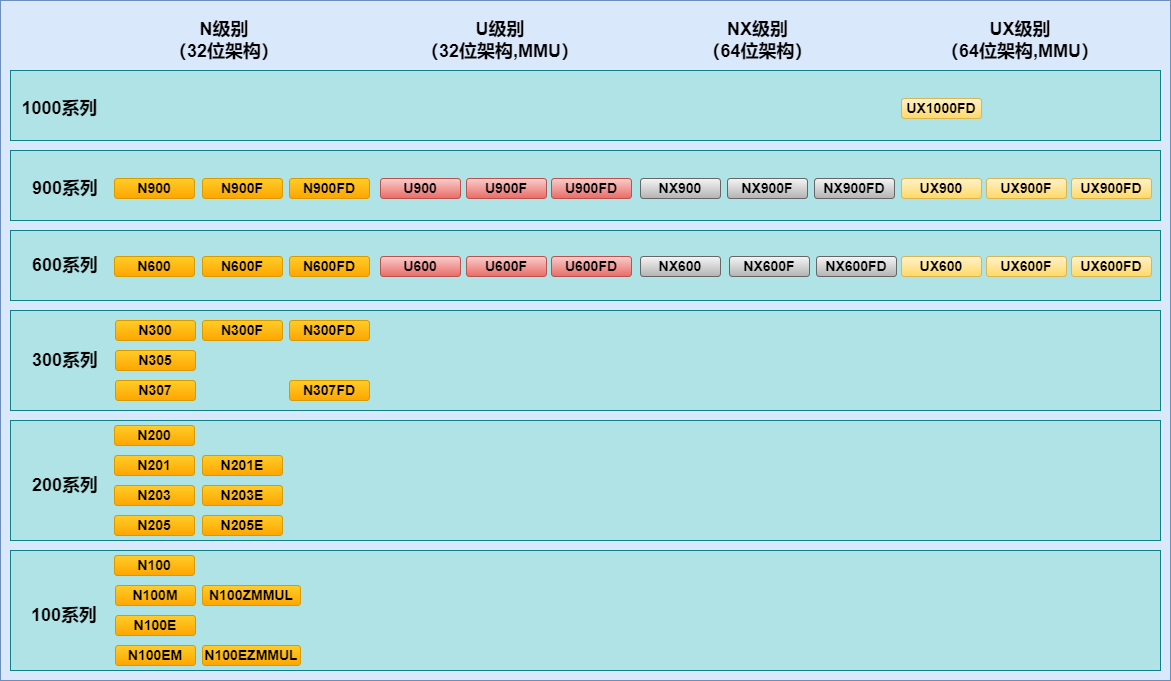
Above: source/asserts/images/qemu_nuclei_cpus_support.png in Nuclei-Software/nuclei-tool-guide (draw.io), before the change. Source tidied: cells renumbered, new cells last; positions are measured from the earlier drawing's top-left corner, leaving out a move shared by most shapes.
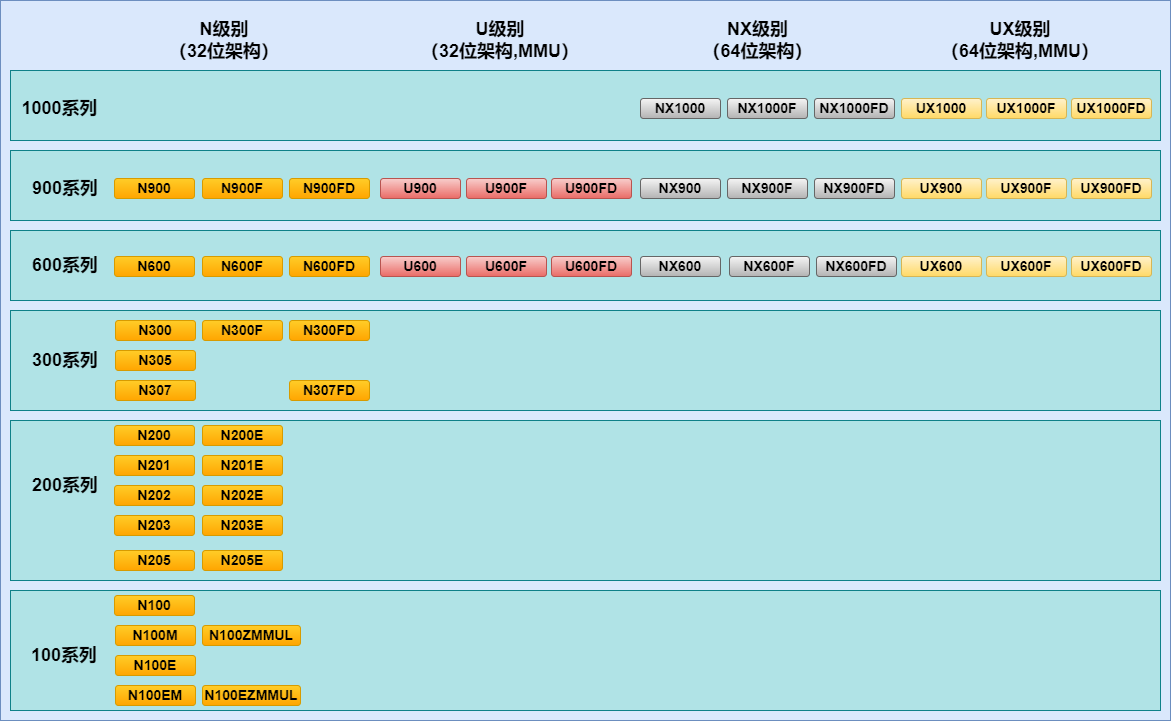
The same file after the commit.

Commit message:
doc: Update qemu intro.rst for nuclei/9.0 release (#15)

* Update qemu intro.rst for nuclei/9.0 release

* Update qemu 9.0 intro.rst

The edit, as a diff of the source:
```diff
@@ -3,7 +3,7 @@
     <mxCell id="0" />
     <mxCell id="1" parent="0" />
     <mxCell id="2" style="rounded=0;whiteSpace=wrap;html=1;fillColor=#dae8fc;strokeColor=#6c8ebf;" parent="1" vertex="1">
-      <mxGeometry width="1170" height="680" as="geometry" />
+      <mxGeometry width="1170" height="720" as="geometry" />
     </mxCell>
     <mxCell id="3" style="rounded=0;whiteSpace=wrap;html=1;fillColor=#b0e3e6;strokeColor=#0e8088;" parent="1" vertex="1">
       <mxGeometry x="10" y="150" width="1150" height="70" as="geometry" />
@@ -15,7 +15,7 @@
       <mxGeometry x="10" y="310" width="1150" height="100" as="geometry" />
     </mxCell>
     <mxCell id="6" style="rounded=0;whiteSpace=wrap;html=1;fillColor=#b0e3e6;strokeColor=#0e8088;" parent="1" vertex="1">
-      <mxGeometry x="10" y="420" width="1150" height="120" as="geometry" />
+      <mxGeometry x="10" y="420" width="1150" height="160" as="geometry" />
     </mxCell>
     <mxCell id="7" value="900系列" style="text;html=1;strokeColor=none;fillColor=none;align=center;verticalAlign=middle;whiteSpace=wrap;rounded=0;fontStyle=1;fontSize=18;" parent="1" vertex="1">
       <mxGeometry x="30" y="178" width="70" height="20" as="geometry" />
@@ -50,16 +50,16 @@
     <mxCell id="17" value="N201E" style="rounded=1;whiteSpace=wrap;html=1;fontSize=14;fontStyle=1;gradientColor=#ffa500;fillColor=#ffcd28;strokeColor=#d79b00;" parent="1" vertex="1">
       <mxGeometry x="202" y="455" width="80" height="20" as="geometry" />
     </mxCell>
-    <mxCell id="18" value="N203" style="rounded=1;whiteSpace=wrap;html=1;fontSize=14;fontStyle=1;gradientColor=#ffa500;fillColor=#ffcd28;strokeColor=#d79b00;" parent="1" vertex="1">
+    <mxCell id="18" value="N202" style="rounded=1;whiteSpace=wrap;html=1;fontSize=14;fontStyle=1;gradientColor=#ffa500;fillColor=#ffcd28;strokeColor=#d79b00;" parent="1" vertex="1">
       <mxGeometry x="114" y="485" width="80" height="20" as="geometry" />
     </mxCell>
-    <mxCell id="19" value="N203E" style="rounded=1;whiteSpace=wrap;html=1;fontSize=14;fontStyle=1;gradientColor=#ffa500;fillColor=#ffcd28;strokeColor=#d79b00;" parent="1" vertex="1">
+    <mxCell id="19" value="N202E" style="rounded=1;whiteSpace=wrap;html=1;fontSize=14;fontStyle=1;gradientColor=#ffa500;fillColor=#ffcd28;strokeColor=#d79b00;" parent="1" vertex="1">
       <mxGeometry x="202" y="485" width="80" height="20" as="geometry" />
     </mxCell>
-    <mxCell id="20" value="N205" style="rounded=1;whiteSpace=wrap;html=1;fontSize=14;fontStyle=1;gradientColor=#ffa500;fillColor=#ffcd28;strokeColor=#d79b00;" parent="1" vertex="1">
+    <mxCell id="20" value="N203" style="rounded=1;whiteSpace=wrap;html=1;fontSize=14;fontStyle=1;gradientColor=#ffa500;fillColor=#ffcd28;strokeColor=#d79b00;" parent="1" vertex="1">
       <mxGeometry x="114" y="515" width="80" height="20" as="geometry" />
     </mxCell>
-    <mxCell id="21" value="N205E" style="rounded=1;whiteSpace=wrap;html=1;fontSize=14;fontStyle=1;gradientColor=#ffa500;fillColor=#ffcd28;strokeColor=#d79b00;" parent="1" vertex="1">
+    <mxCell id="21" value="N203E" style="rounded=1;whiteSpace=wrap;html=1;fontSize=14;fontStyle=1;gradientColor=#ffa500;fillColor=#ffcd28;strokeColor=#d79b00;" parent="1" vertex="1">
       <mxGeometry x="202" y="515" width="80" height="20" as="geometry" />
     </mxCell>
     <mxCell id="22" value="N300FD" style="rounded=1;whiteSpace=wrap;html=1;fontSize=14;fontStyle=1;gradientColor=#ffa500;fillColor=#ffcd28;strokeColor=#d79b00;" parent="1" vertex="1">
@@ -153,22 +153,22 @@
       <mxGeometry x="814" y="178" width="80" height="20" as="geometry" />
     </mxCell>
     <mxCell id="52" style="rounded=0;whiteSpace=wrap;html=1;fillColor=#b0e3e6;strokeColor=#0e8088;" parent="1" vertex="1">
-      <mxGeometry x="10" y="550" width="1150" height="120" as="geometry" />
+      <mxGeometry x="10" y="590" width="1150" height="120" as="geometry" />
     </mxCell>
     <mxCell id="53" value="100系列" style="text;html=1;strokeColor=none;fillColor=none;align=center;verticalAlign=middle;whiteSpace=wrap;rounded=0;fontStyle=1;fontSize=18;" parent="1" vertex="1">
-      <mxGeometry x="29" y="605" width="70" height="20" as="geometry" />
+      <mxGeometry x="29" y="645" width="70" height="20" as="geometry" />
     </mxCell>
     <mxCell id="54" value="N100" style="rounded=1;whiteSpace=wrap;html=1;fontSize=14;fontStyle=1;gradientColor=#ffa500;fillColor=#ffcd28;strokeColor=#d79b00;" parent="1" vertex="1">
-      <mxGeometry x="114" y="555" width="80" height="20" as="geometry" />
+      <mxGeometry x="114" y="595" width="80" height="20" as="geometry" />
     </mxCell>
     <mxCell id="55" value="N100E" style="rounded=1;whiteSpace=wrap;html=1;fontSize=14;fontStyle=1;gradientColor=#ffa500;fillColor=#ffcd28;strokeColor=#d79b00;" parent="1" vertex="1">
-      <mxGeometry x="115" y="615" width="80" height="20" as="geometry" />
+      <mxGeometry x="115" y="655" width="80" height="20" as="geometry" />
     </mxCell>
     <mxCell id="56" value="N100EM" style="rounded=1;whiteSpace=wrap;html=1;fontSize=14;fontStyle=1;gradientColor=#ffa500;fillColor=#ffcd28;strokeColor=#d79b00;" parent="1" vertex="1">
-      <mxGeometry x="115" y="645" width="80" height="20" as="geometry" />
+      <mxGeometry x="115" y="685" width="80" height="20" as="geometry" />
     </mxCell>
     <mxCell id="57" value="N100EZMMUL" style="rounded=1;whiteSpace=wrap;html=1;fontSize=14;fontStyle=1;gradientColor=#ffa500;fillColor=#ffcd28;strokeColor=#d79b00;" parent="1" vertex="1">
-      <mxGeometry x="202" y="645" width="98" height="20" as="geometry" />
+      <mxGeometry x="202" y="685" width="98" height="20" as="geometry" />
     </mxCell>
     <mxCell id="58" style="rounded=0;whiteSpace=wrap;html=1;fillColor=#b0e3e6;strokeColor=#0e8088;" parent="1" vertex="1">
       <mxGeometry x="10" y="70" width="1150" height="70" as="geometry" />
@@ -176,14 +176,38 @@
     <mxCell id="59" value="1000系列" style="text;html=1;strokeColor=none;fillColor=none;align=center;verticalAlign=middle;whiteSpace=wrap;rounded=0;fontStyle=1;fontSize=18;" parent="1" vertex="1">
       <mxGeometry x="20" y="98" width="79" height="20" as="geometry" />
     </mxCell>
-    <mxCell id="60" value="UX1000FD" style="rounded=1;whiteSpace=wrap;html=1;fontSize=14;fontStyle=1;gradientColor=#ffd966;fillColor=#fff2cc;strokeColor=#d6b656;" parent="1" vertex="1">
+    <mxCell id="60" value="UX1000" style="rounded=1;whiteSpace=wrap;html=1;fontSize=14;fontStyle=1;gradientColor=#ffd966;fillColor=#fff2cc;strokeColor=#d6b656;" parent="1" vertex="1">
       <mxGeometry x="901" y="98" width="80" height="20" as="geometry" />
     </mxCell>
     <mxCell id="61" value="N100ZMMUL" style="rounded=1;whiteSpace=wrap;html=1;fontSize=14;fontStyle=1;gradientColor=#ffa500;fillColor=#ffcd28;strokeColor=#d79b00;" parent="1" vertex="1">
-      <mxGeometry x="202" y="585" width="98" height="20" as="geometry" />
+      <mxGeometry x="202" y="625" width="98" height="20" as="geometry" />
     </mxCell>
     <mxCell id="62" value="N100M" style="rounded=1;whiteSpace=wrap;html=1;fontSize=14;fontStyle=1;gradientColor=#ffa500;fillColor=#ffcd28;strokeColor=#d79b00;" parent="1" vertex="1">
-      <mxGeometry x="115" y="585" width="80" height="20" as="geometry" />
+      <mxGeometry x="115" y="625" width="80" height="20" as="geometry" />
     </mxCell>
+    <mxCell id="63" value="UX1000F" style="rounded=1;whiteSpace=wrap;html=1;fontSize=14;fontStyle=1;gradientColor=#ffd966;fillColor=#fff2cc;strokeColor=#d6b656;" parent="1" vertex="1">
+      <mxGeometry x="986" y="98" width="80" height="20" as="geometry" />
+    </mxCell>
+    <mxCell id="64" value="UX1000FD" style="rounded=1;whiteSpace=wrap;html=1;fontSize=14;fontStyle=1;gradientColor=#ffd966;fillColor=#fff2cc;strokeColor=#d6b656;" parent="1" vertex="1">
+      <mxGeometry x="1071" y="98" width="80" height="20" as="geometry" />
+    </mxCell>
+    <mxCell id="65" value="NX1000" style="rounded=1;whiteSpace=wrap;html=1;fontSize=14;fontStyle=1;gradientColor=#b3b3b3;fillColor=#f5f5f5;strokeColor=#666666;" parent="1" vertex="1">
+      <mxGeometry x="640" y="98" width="80" height="20" as="geometry" />
+    </mxCell>
+    <mxCell id="66" value="NX1000F" style="rounded=1;whiteSpace=wrap;html=1;fontSize=14;fontStyle=1;gradientColor=#b3b3b3;fillColor=#f5f5f5;strokeColor=#666666;" parent="1" vertex="1">
+      <mxGeometry x="727" y="98" width="80" height="20" as="geometry" />
+    </mxCell>
+    <mxCell id="67" value="NX1000FD" style="rounded=1;whiteSpace=wrap;html=1;fontSize=14;fontStyle=1;gradientColor=#b3b3b3;fillColor=#f5f5f5;strokeColor=#666666;" parent="1" vertex="1">
+      <mxGeometry x="814" y="98" width="80" height="20" as="geometry" />
+    </mxCell>
+    <mxCell id="68" value="N205" style="rounded=1;whiteSpace=wrap;html=1;fontSize=14;fontStyle=1;gradientColor=#ffa500;fillColor=#ffcd28;strokeColor=#d79b00;" parent="1" vertex="1">
+      <mxGeometry x="114" y="550" width="80" height="20" as="geometry" />
+    </mxCell>
+    <mxCell id="69" value="N205E" style="rounded=1;whiteSpace=wrap;html=1;fontSize=14;fontStyle=1;gradientColor=#ffa500;fillColor=#ffcd28;strokeColor=#d79b00;" parent="1" vertex="1">
+      <mxGeometry x="202" y="550" width="80" height="20" as="geometry" />
+    </mxCell>
+    <mxCell id="70" value="N200E" style="rounded=1;whiteSpace=wrap;html=1;fontSize=14;fontStyle=1;gradientColor=#ffa500;fillColor=#ffcd28;strokeColor=#d79b00;" parent="1" vertex="1">
+      <mxGeometry x="202" y="425" width="80" height="20" as="geometry" />
+    </mxCell>
   </root>
 </mxGraphModel>
```
